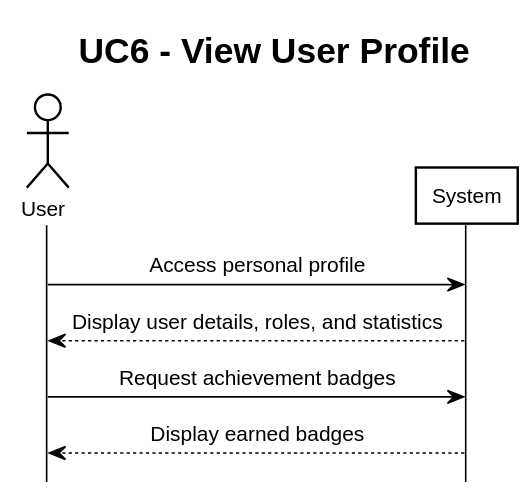
The PlantUML diagram out/Analysis/SSDs/UC6_ViewUserProfile/UC6_ViewUserProfile.svg in SEPCheesecakeFactory/SEP3, before a commit. Source of this version:
```plantuml
@startuml
title UC6 - View User Profile
!include https://raw.githubusercontent.com/fredoslav2004/MinimalThemePUML/refs/heads/main/minimal-theme.puml

actor User
participant System

User -> System: Access personal profile
System --> User: Display user details, roles, and statistics
User -> System: Request achievement badges
System --> User: Display earned badges
@enduml
```
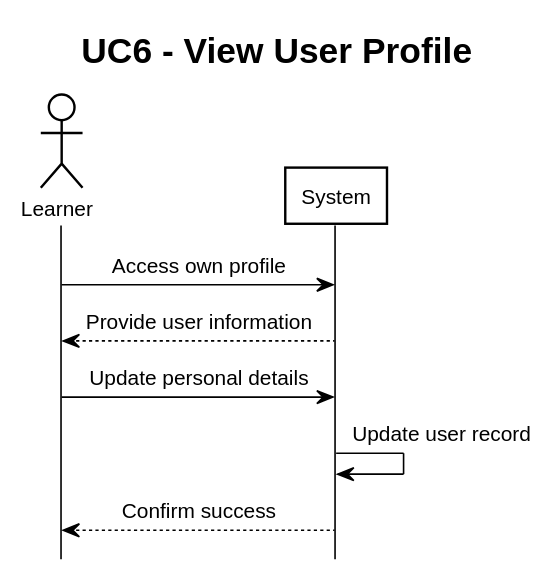
After the change.

What changed in the source:
```diff
@@ -2,11 +2,12 @@
 title UC6 - View User Profile
 !include https://raw.githubusercontent.com/fredoslav2004/MinimalThemePUML/refs/heads/main/minimal-theme.puml
 
-actor User
+actor Learner
 participant System
 
-User -> System: Access personal profile
-System --> User: Display user details, roles, and statistics
-User -> System: Request achievement badges
-System --> User: Display earned badges
+Learner -> System: Access own profile
+System --> Learner: Provide user information
+Learner -> System: Update personal details
+System -> System: Update user record
+System --> Learner: Confirm success
 @enduml
```
